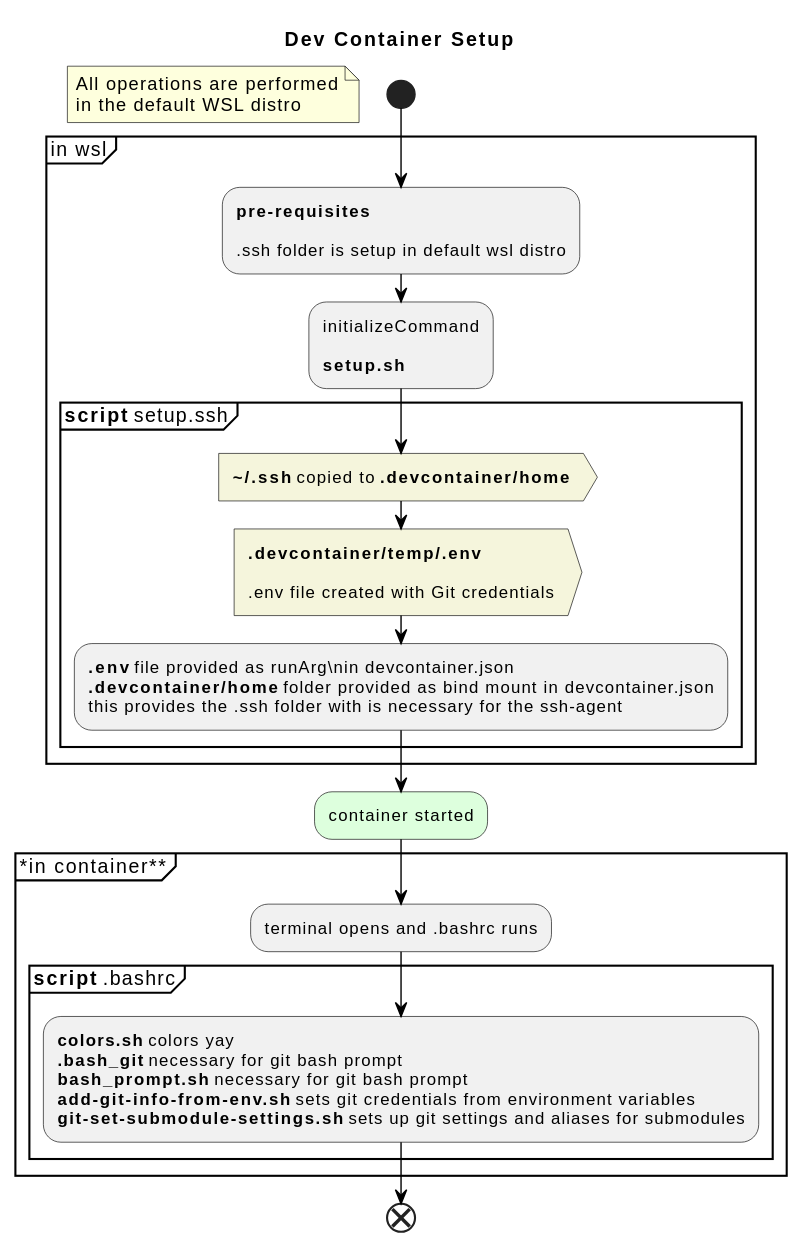
Earlier version of the PlantUML export docs/dev-container-setup.svg (Xerner/dev-containers). The source it was exported from:
```plantuml
@startuml
skinparam BackgroundColor white
skinparam ClassFontColor black
skinparam ArrowColor black
skinparam ArrowFontColor black

title Dev Container Setup

start

floating note left: All operations are performed\nin the default WSL distro

group "in wsl" {
  :<b>pre-requisites</b>

  .ssh folder is setup in default wsl distro;

  :initializeCommand

  <b>setup.sh</b>;

  group "**script** setup.ssh" {
    #f5f5dc:<b>\~/.ssh</b> copied to <b>.devcontainer/home</b>; <<output>>
    #f5f5dc:<b>.devcontainer/temp/.env</b>

    .env file created with Git credentials; <<output>>

    :<b>.env</b> file provided as runArg\nin devcontainer.json
    <b>.devcontainer/home</b> folder provided as bind mount in devcontainer.json
    this provides the .ssh folder with is necessary for the ssh-agent;
  }
}

#ddffdd:container started;

group "*in container**" {
  :terminal opens and .bashrc runs;

  group "**script** .bashrc" {
    :<b>colors.sh</b> colors yay
    <b>.bash_git</b> necessary for git bash prompt
    <b>bash_prompt.sh</b> necessary for git bash prompt
    <b>add-git-info-from-env.sh</b> sets git credentials from environment variables
    <b>git-set-submodule-settings.sh</b> sets up git settings and aliases for submodules;
  }
}

end
@enduml
```
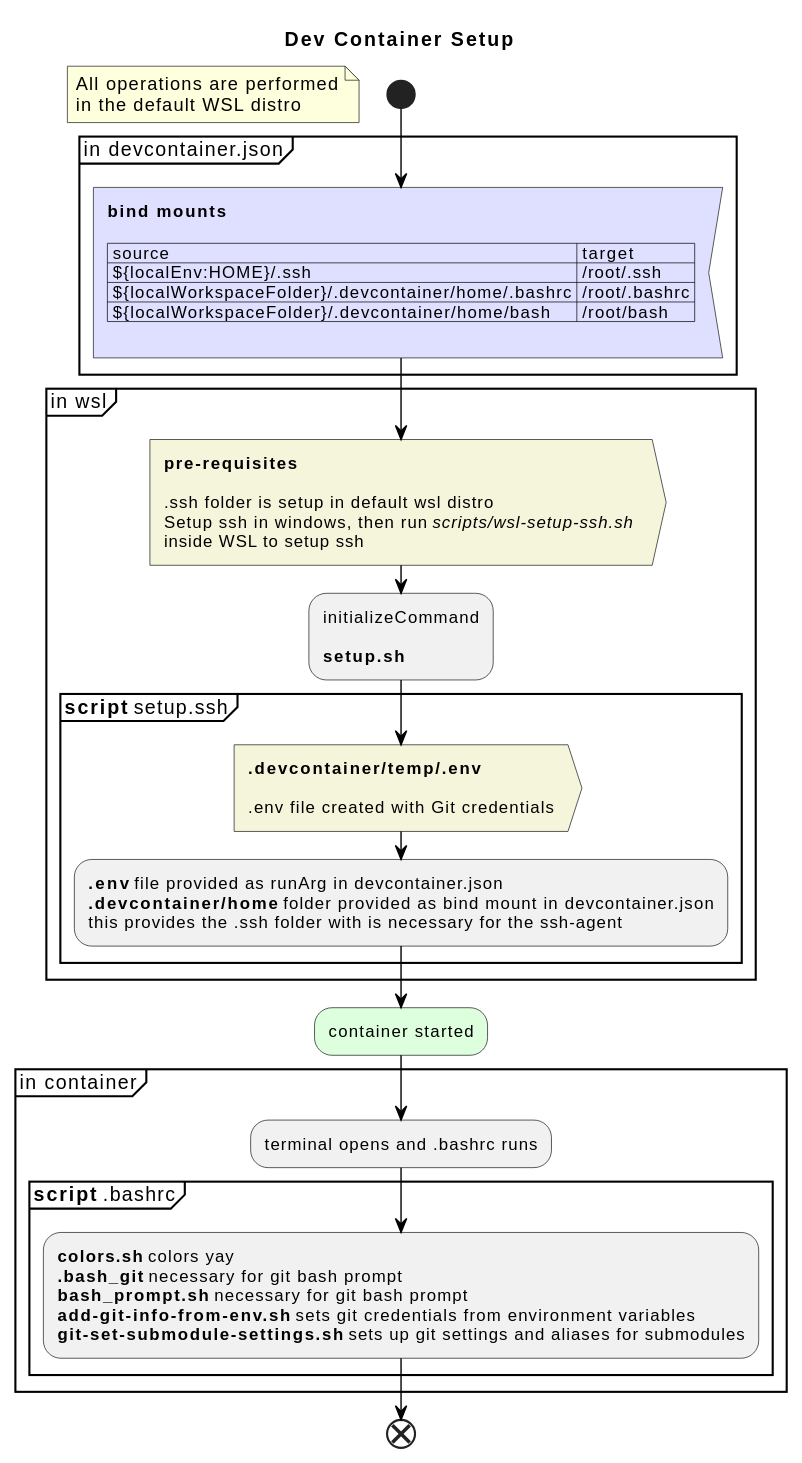
After the commit.

The edit, as a diff of the source:
```diff
@@ -10,22 +10,33 @@
 
 floating note left: All operations are performed\nin the default WSL distro
 
+group "in devcontainer.json" {
+  #dfdfff:<b>bind mounts</b>
+
+  | source | target |
+  | ${localEnv:HOME}/.ssh | /root/.ssh |
+  | ${localWorkspaceFolder}/.devcontainer/home/.bashrc | /root/.bashrc |
+  | ${localWorkspaceFolder}/.devcontainer/home/bash | /root/bash |
+  ; <<input>>
+}
+
 group "in wsl" {
-  :<b>pre-requisites</b>
+  #f5f5dc:<b>pre-requisites</b>
 
-  .ssh folder is setup in default wsl distro;
+  .ssh folder is setup in default wsl distro
+  Setup ssh in windows, then run <i>scripts/wsl-setup-ssh.sh</i>
+  inside WSL to setup ssh; <<output>>
 
   :initializeCommand
 
   <b>setup.sh</b>;
 
   group "**script** setup.ssh" {
-    #f5f5dc:<b>\~/.ssh</b> copied to <b>.devcontainer/home</b>; <<output>>
     #f5f5dc:<b>.devcontainer/temp/.env</b>
 
     .env file created with Git credentials; <<output>>
 
-    :<b>.env</b> file provided as runArg\nin devcontainer.json
+    :<b>.env</b> file provided as runArg in devcontainer.json
     <b>.devcontainer/home</b> folder provided as bind mount in devcontainer.json
     this provides the .ssh folder with is necessary for the ssh-agent;
   }
@@ -33,7 +44,7 @@
 
 #ddffdd:container started;
 
-group "*in container**" {
+group "in container" {
   :terminal opens and .bashrc runs;
 
   group "**script** .bashrc" {
```
